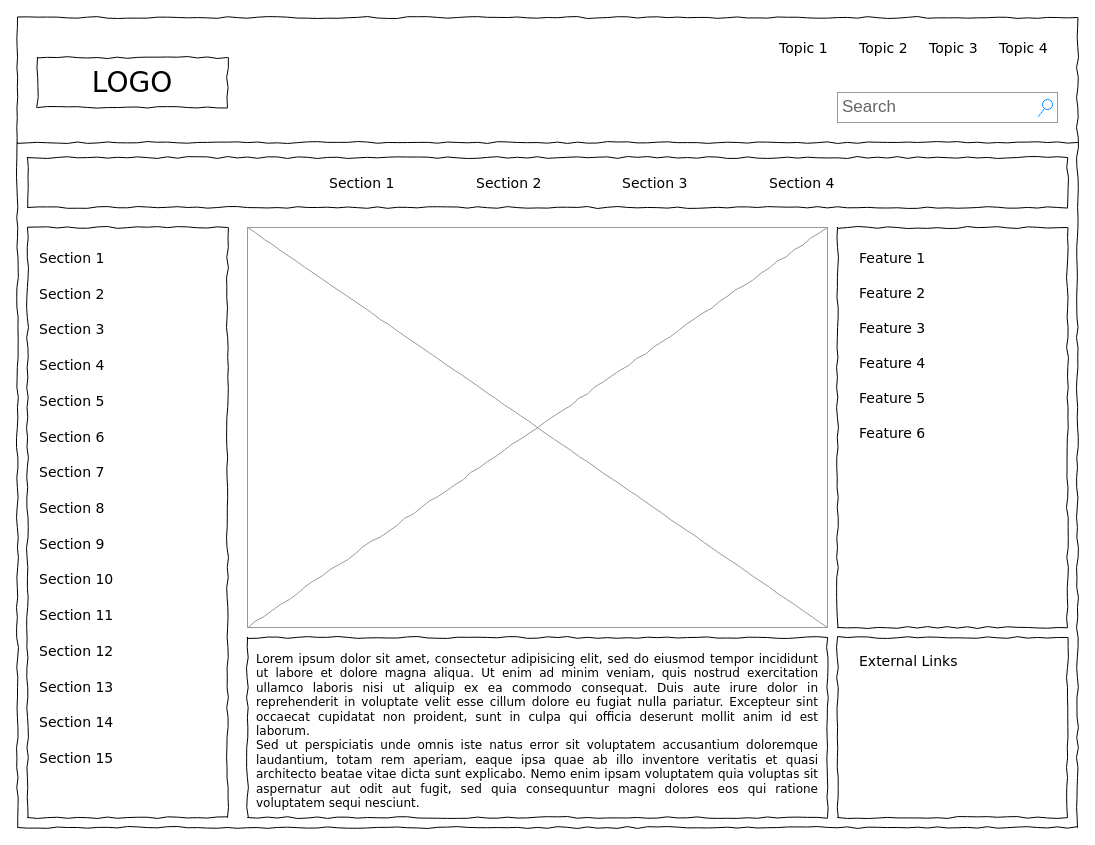
Above: Untitled Diagram.drawio in Long030902/web1016Long (draw.io), before the change. Source tidied: cells renumbered, new cells numbered last; positions are measured from the earlier drawing's top-left corner, leaving out a move shared by most shapes. Both pictures are drawn from the tidied source at 100%, with x=0, y=0 at pixel (17, 17).
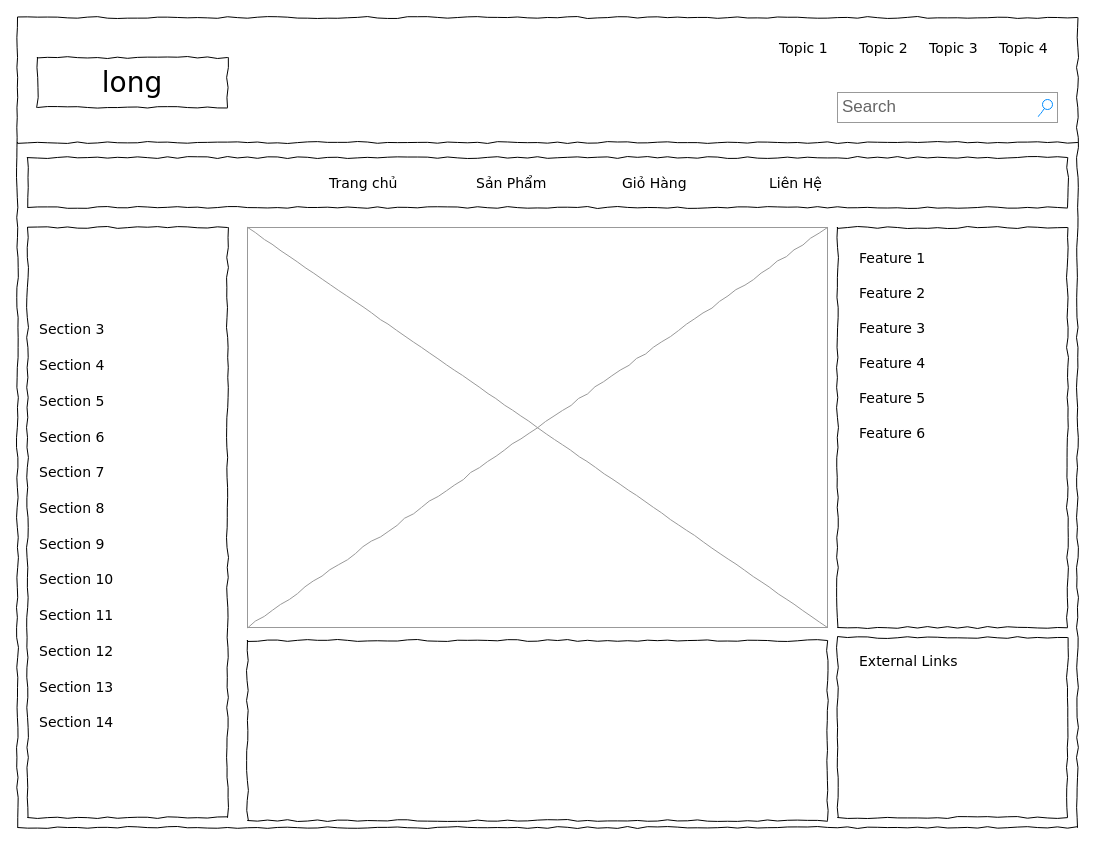
Above is the later version.

Diff of the diagram source:
```diff
@@
-    <mxCell id="3" value="LOGO" style="whiteSpace=wrap;html=1;rounded=0;shadow=0;labelBackgroundColor=none;strokeWidth=1;fontFamily=Verdana;fontSize=28;align=center;comic=1;" parent="1" vertex="1">
+    <mxCell id="3" value="long" style="whiteSpace=wrap;html=1;rounded=0;shadow=0;labelBackgroundColor=none;strokeWidth=1;fontFamily=Verdana;fontSize=28;align=center;comic=1;" parent="1" vertex="1">
       <mxGeometry x="20" y="40" width="190" height="50" as="geometry" />
     </mxCell>
@@
-    <mxCell id="12" value="Section 1" style="text;html=1;align=left;verticalAlign=top;spacingTop=-4;fontSize=14;fontFamily=Verdana;" parent="1" vertex="1">
+    <mxCell id="12" value="Trang chủ" style="text;html=1;align=left;verticalAlign=top;spacingTop=-4;fontSize=14;fontFamily=Verdana;" parent="1" vertex="1">
       <mxGeometry x="310" y="155" width="60" height="20" as="geometry" />
     </mxCell>
-    <mxCell id="13" value="Section 2" style="text;html=1;align=left;verticalAlign=top;spacingTop=-4;fontSize=14;fontFamily=Verdana;" parent="1" vertex="1">
+    <mxCell id="13" value="Sản Phẩm" style="text;html=1;align=left;verticalAlign=top;spacingTop=-4;fontSize=14;fontFamily=Verdana;" parent="1" vertex="1">
       <mxGeometry x="457" y="155" width="60" height="20" as="geometry" />
     </mxCell>
-    <mxCell id="14" value="Section 3" style="text;html=1;align=left;verticalAlign=top;spacingTop=-4;fontSize=14;fontFamily=Verdana;" parent="1" vertex="1">
+    <mxCell id="14" value="Giỏ Hàng" style="text;html=1;align=left;verticalAlign=top;spacingTop=-4;fontSize=14;fontFamily=Verdana;" parent="1" vertex="1">
       <mxGeometry x="603" y="155" width="60" height="20" as="geometry" />
     </mxCell>
-    <mxCell id="15" value="Section 4" style="text;html=1;align=left;verticalAlign=top;spacingTop=-4;fontSize=14;fontFamily=Verdana;" parent="1" vertex="1">
+    <mxCell id="15" value="Liên Hệ" style="text;html=1;align=left;verticalAlign=top;spacingTop=-4;fontSize=14;fontFamily=Verdana;" parent="1" vertex="1">
       <mxGeometry x="750" y="155" width="60" height="20" as="geometry" />
     </mxCell>
-    <mxCell id="16" value="&lt;div style=&quot;text-align: justify&quot;&gt;&lt;span&gt;Lorem ipsum dolor sit amet, consectetur adipisicing elit, sed do eiusmod tempor incididunt ut labore et dolore magna aliqua. Ut enim ad minim veniam, quis nostrud exercitation ullamco laboris nisi ut aliquip ex ea commodo consequat. Duis aute irure dolor in reprehenderit in voluptate velit esse cillum dolore eu fugiat nulla pariatur. Excepteur sint occaecat cupidatat non proident, sunt in culpa qui officia deserunt mollit anim id est laborum.&lt;/span&gt;&lt;/div&gt;&lt;div style=&quot;text-align: justify&quot;&gt;&lt;span&gt;Sed ut perspiciatis unde omnis iste natus error sit voluptatem accusantium doloremque laudantium, totam rem aperiam, eaque ipsa quae ab illo inventore veritatis et quasi architecto beatae vitae dicta sunt explicabo. Nemo enim ipsam voluptatem quia voluptas sit aspernatur aut odit aut fugit, sed quia consequuntur magni dolores eos qui ratione voluptatem sequi nesciunt.&amp;nbsp;&lt;/span&gt;&lt;/div&gt;" style="whiteSpace=wrap;html=1;rounded=0;shadow=0;labelBackgroundColor=none;strokeWidth=1;fillColor=none;fontFamily=Verdana;fontSize=12;align=center;verticalAlign=top;spacing=10;comic=1;" parent="1" vertex="1">
-      <mxGeometry x="230" y="620" width="580" height="180" as="geometry" />
+    <mxCell id="16" value="&lt;div style=&quot;text-align: justify&quot;&gt;&lt;br&gt;&lt;/div&gt;" style="whiteSpace=wrap;html=1;rounded=0;shadow=0;labelBackgroundColor=none;strokeWidth=1;fillColor=none;fontFamily=Verdana;fontSize=12;align=center;verticalAlign=top;spacing=10;comic=1;" parent="1" vertex="1">
+      <mxGeometry x="230" y="623" width="580" height="180" as="geometry" />
     </mxCell>
@@
-    <mxCell id="20" value="Section 1" style="text;html=1;align=left;verticalAlign=top;spacingTop=-4;fontSize=14;fontFamily=Verdana;" parent="1" vertex="1">
-      <mxGeometry x="20" y="230" width="170" height="20" as="geometry" />
-    </mxCell>
-    <mxCell id="21" value="Section 2" style="text;html=1;align=left;verticalAlign=top;spacingTop=-4;fontSize=14;fontFamily=Verdana;" parent="1" vertex="1">
-      <mxGeometry x="20" y="266" width="170" height="20" as="geometry" />
-    </mxCell>
@@
-    <mxCell id="34" value="Section 15" style="text;html=1;align=left;verticalAlign=top;spacingTop=-4;fontSize=14;fontFamily=Verdana;" parent="1" vertex="1">
-      <mxGeometry x="20" y="730" width="170" height="20" as="geometry" />
-    </mxCell>
```
